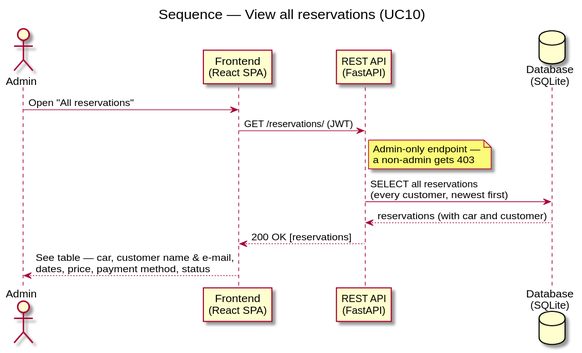
Before: docs/diagrams/sequence-view-all-reservations.svg, a diagram exported from PlantUML (DavidMagyarics/CarRentalVSB).
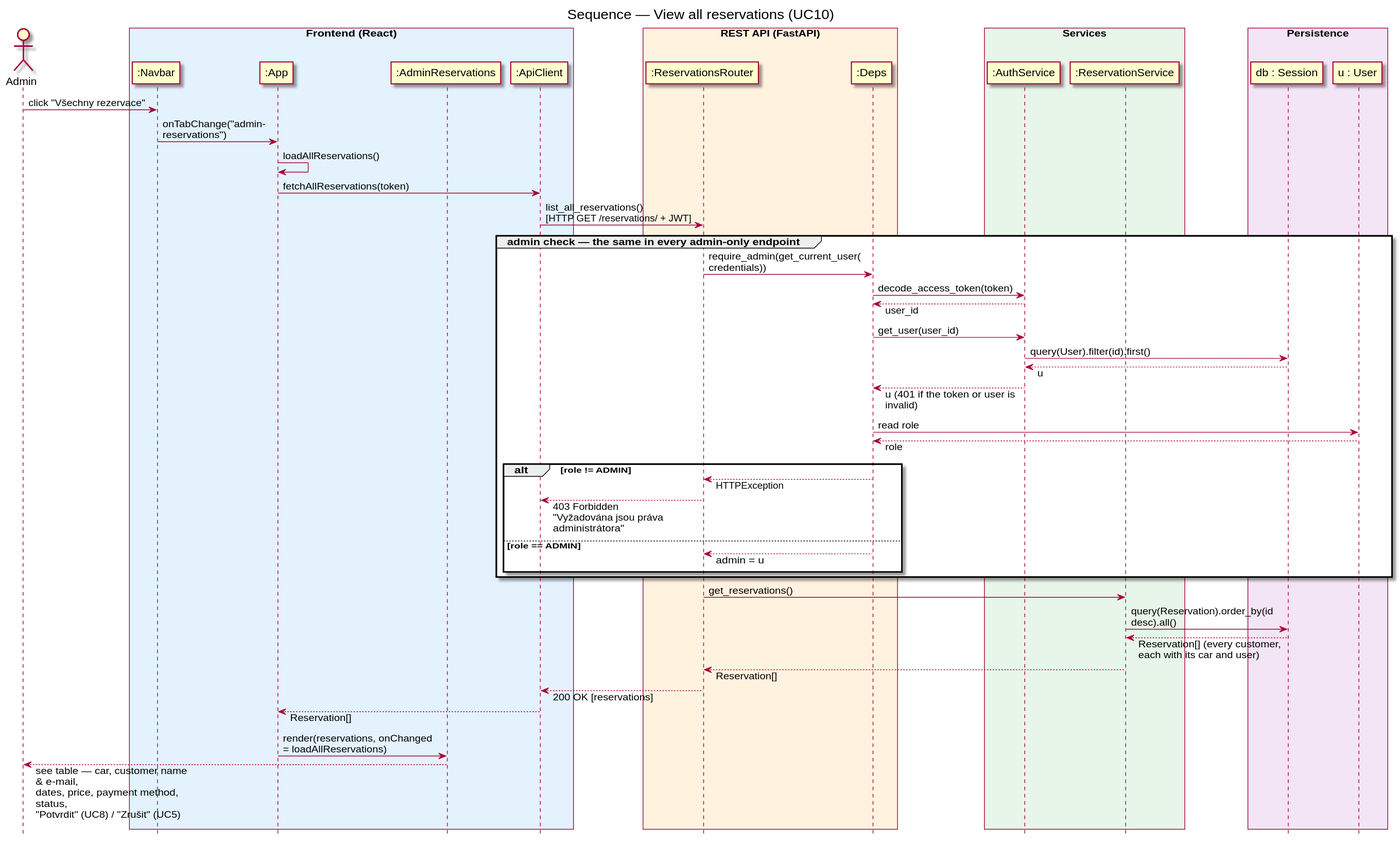
The same diagram one commit later.

What changed in the source:
```diff
@@ -1,20 +1,60 @@
 @startuml sequence-view-all-reservations
 skinparam backgroundColor white
+skinparam responseMessageBelowArrow true
+skinparam maxMessageSize 220
+hide footbox
 title Sequence — View all reservations (UC10)
 
 actor Admin
-participant "Frontend\n(React SPA)" as FE
-participant "REST API\n(FastAPI)" as API
-database "Database\n(SQLite)" as DB
+box "Frontend (React)" #E3F2FD
+  participant ":Navbar" as Navbar
+  participant ":App" as App
+  participant ":AdminReservations" as AdminRes
+  participant ":ApiClient" as ApiClient
+end box
+box "REST API (FastAPI)" #FFF3E0
+  participant ":ReservationsRouter" as ResRouter
+  participant ":Deps" as Deps
+end box
+box "Services" #E8F5E9
+  participant ":AuthService" as AuthService
+  participant ":ReservationService" as ResService
+end box
+box "Persistence" #F3E5F5
+  participant "db : Session" as DB
+  participant "u : User" as U
+end box
 
-Admin -> FE: Open "All reservations"
-FE -> API: GET /reservations/ (JWT)
-note right of API
-  Admin-only endpoint —
-  a non-admin gets 403
-end note
-API -> DB: SELECT all reservations\n(every customer, newest first)
-DB --> API: reservations (with car and customer)
-API --> FE: 200 OK [reservations]
-FE --> Admin: See table — car, customer name & e-mail,\ndates, price, payment method, status
+Admin -> Navbar : click "Všechny rezervace"
+Navbar -> App : onTabChange("admin-reservations")
+App -> App : loadAllReservations()
+App -> ApiClient : fetchAllReservations(token)
+ApiClient -> ResRouter : list_all_reservations()\n[HTTP GET /reservations/ + JWT]
+
+group admin check — the same in every admin-only endpoint
+  ResRouter -> Deps : require_admin(get_current_user(credentials))
+  Deps -> AuthService : decode_access_token(token)
+  AuthService --> Deps : user_id
+  Deps -> AuthService : get_user(user_id)
+  AuthService -> DB : query(User).filter(id).first()
+  DB --> AuthService : u
+  AuthService --> Deps : u (401 if the token or user is invalid)
+  Deps -> U : read role
+  U --> Deps : role
+  alt role != ADMIN
+    Deps --> ResRouter : HTTPException
+    ResRouter --> ApiClient : 403 Forbidden\n"Vyžadována jsou práva administrátora"
+  else role == ADMIN
+    Deps --> ResRouter : admin = u
+  end
+end
+
+ResRouter -> ResService : get_reservations()
+ResService -> DB : query(Reservation).order_by(id desc).all()
+DB --> ResService : Reservation[] (every customer,\neach with its car and user)
+ResService --> ResRouter : Reservation[]
+ResRouter --> ApiClient : 200 OK [reservations]
+ApiClient --> App : Reservation[]
+App -> AdminRes : render(reservations, onChanged = loadAllReservations)
+AdminRes --> Admin : see table — car, customer name & e-mail,\ndates, price, payment method, status,\n"Potvrdit" (UC8) / "Zrušit" (UC5)
 @enduml
```
